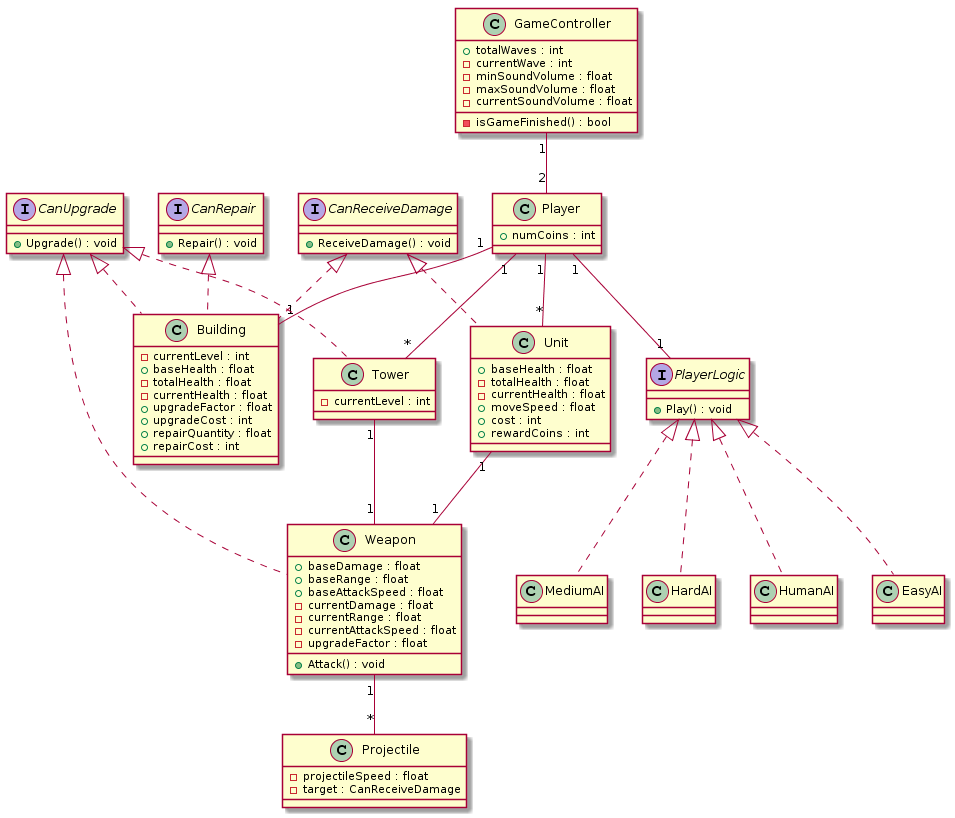
Earlier version of the PlantUML export uml_diagrams/classDiagram.png (NestorTejero/ES2016B).
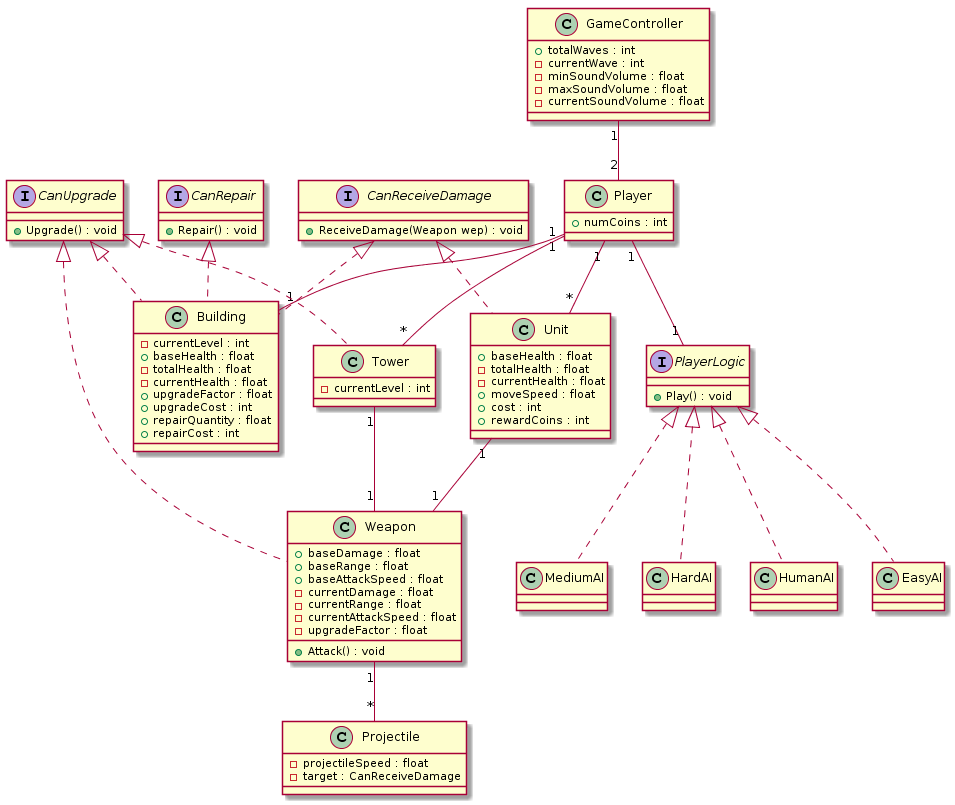
The same file after the commit.

The edit, as a diff of the source:
```diff
@@ -3,7 +3,7 @@
     +Upgrade() : void
 }
 interface CanReceiveDamage {
-    +ReceiveDamage() : void
+    +ReceiveDamage(Weapon wep) : void
 }
 interface CanRepair {
     +Repair() : void
@@ -19,7 +19,6 @@
     -minSoundVolume : float
     -maxSoundVolume : float
     -currentSoundVolume : float
-    -isGameFinished() : bool
 }
 
 class Player {
```
